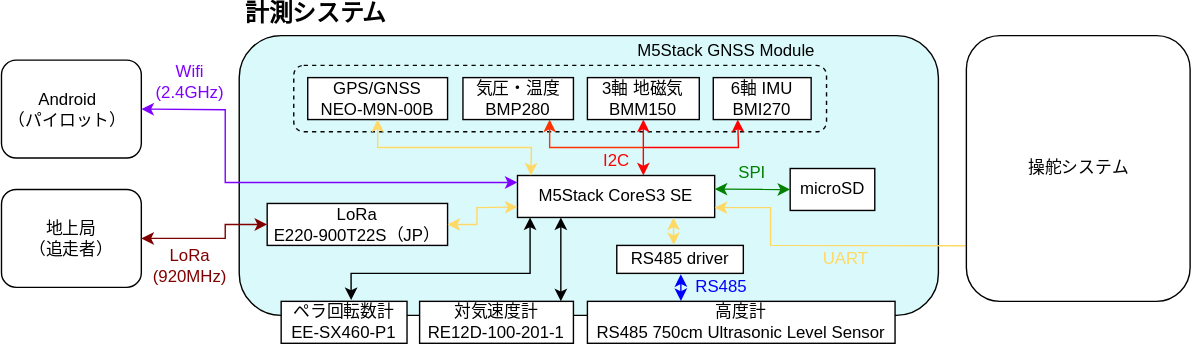
Above: HPA.drawio.svg in 21km43/HPA (draw.io), before the change. Source tidied: cells renumbered, new cells last; positions are measured from the earlier drawing's top-left corner, leaving out a move shared by most shapes.
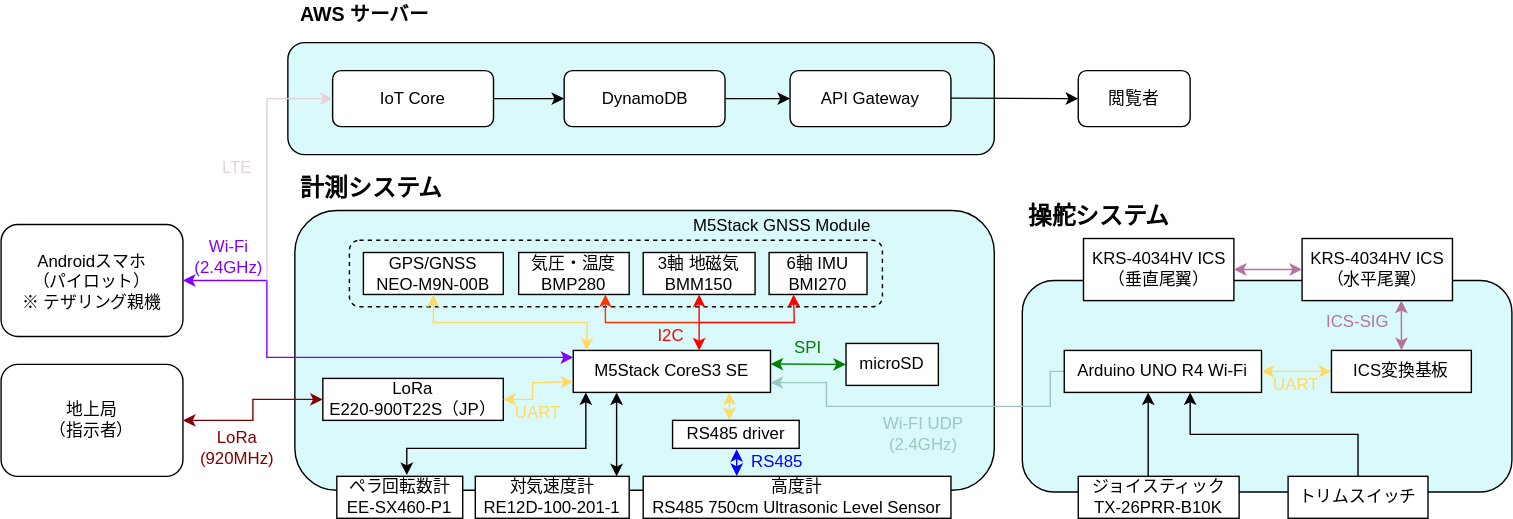
Later version of the same file.

Commit message:
HPA.drawio.svg を追加しました。

What changed in the source:
```diff
@@ -2,6 +2,12 @@
   <root>
     <mxCell id="0" />
     <mxCell id="1" parent="0" />
+    <mxCell id="42" style="rounded=1;whiteSpace=wrap;html=1;fillColor=#daf9fb;" parent="1" vertex="1">
+      <mxGeometry x="690" y="75" width="350" height="151.2" as="geometry" />
+    </mxCell>
+    <mxCell id="43" style="rounded=1;whiteSpace=wrap;html=1;fillColor=#daf9fb;" parent="1" vertex="1">
+      <mxGeometry x="165" y="-95" width="505" height="80" as="geometry" />
+    </mxCell>
     <mxCell id="2" style="rounded=1;whiteSpace=wrap;html=1;fillColor=#daf9fb;" parent="1" vertex="1">
       <mxGeometry x="170" y="25" width="500" height="200" as="geometry" />
     </mxCell>
@@ -27,7 +33,7 @@
       <mxGeometry x="190" y="145" width="129" height="30" as="geometry" />
     </mxCell>
     <mxCell id="10" value="microSD" style="rounded=0;whiteSpace=wrap;html=1;" parent="1" vertex="1">
-      <mxGeometry x="564" y="120" width="60.5" height="30" as="geometry" />
+      <mxGeometry x="564" y="120" width="66" height="30" as="geometry" />
     </mxCell>
     <mxCell id="11" value="対気速度計&lt;div&gt;RE12D-100-201-1&lt;/div&gt;" style="rounded=0;whiteSpace=wrap;html=1;" parent="1" vertex="1">
       <mxGeometry x="299" y="215" width="110" height="30" as="geometry" />
@@ -76,7 +82,7 @@
       </mxGeometry>
     </mxCell>
     <mxCell id="19" value="&lt;font&gt;UART&lt;/font&gt;" style="text;html=1;align=center;verticalAlign=middle;whiteSpace=wrap;rounded=0;fontColor=#FFD966;" parent="1" vertex="1">
-      <mxGeometry x="579" y="175" width="50" height="20" as="geometry" />
+      <mxGeometry x="319" y="160" width="50" height="20" as="geometry" />
     </mxCell>
     <mxCell id="20" value="SPI" style="text;html=1;align=center;verticalAlign=middle;whiteSpace=wrap;rounded=0;fontColor=#008000;" parent="1" vertex="1">
       <mxGeometry x="517" y="112.5" width="40" height="20" as="geometry" />
@@ -106,22 +112,22 @@
       </mxGeometry>
     </mxCell>
     <mxCell id="24" style="rounded=1;whiteSpace=wrap;html=1;" parent="1" vertex="1">
-      <mxGeometry y="42.5" width="100" height="70" as="geometry" />
+      <mxGeometry x="-40" y="35" width="130" height="80" as="geometry" />
     </mxCell>
     <mxCell id="25" style="rounded=1;whiteSpace=wrap;html=1;" parent="1" vertex="1">
-      <mxGeometry y="135" width="100" height="70" as="geometry" />
+      <mxGeometry x="-40" y="135" width="130" height="80" as="geometry" />
     </mxCell>
-    <mxCell id="26" value="&lt;div&gt;Android&lt;/div&gt;（パイロット）" style="text;html=1;align=center;verticalAlign=middle;whiteSpace=wrap;rounded=0;" parent="1" vertex="1">
-      <mxGeometry y="60" width="95" height="35" as="geometry" />
+    <mxCell id="26" value="&lt;div&gt;Androidスマホ&lt;/div&gt;&lt;div&gt;（パイロット）&lt;/div&gt;&lt;div&gt;※ テザリング親機&lt;/div&gt;" style="text;html=1;align=center;verticalAlign=middle;whiteSpace=wrap;rounded=0;" parent="1" vertex="1">
+      <mxGeometry x="-28.8" y="55" width="107.5" height="42.5" as="geometry" />
     </mxCell>
-    <mxCell id="27" value="&lt;div&gt;地上局&lt;/div&gt;&lt;div&gt;（追走者）&lt;/div&gt;" style="text;html=1;align=center;verticalAlign=middle;whiteSpace=wrap;rounded=0;" parent="1" vertex="1">
-      <mxGeometry x="15" y="155" width="70" height="30" as="geometry" />
+    <mxCell id="27" value="&lt;div&gt;地上局&lt;/div&gt;&lt;div&gt;（指示者）&lt;/div&gt;" style="text;html=1;align=center;verticalAlign=middle;whiteSpace=wrap;rounded=0;" parent="1" vertex="1">
+      <mxGeometry x="-10" y="160" width="70" height="30" as="geometry" />
     </mxCell>
     <mxCell id="28" style="endArrow=classic;startArrow=classic;html=1;rounded=0;fontColor=#99FF33;strokeColor=#800000;exitX=1;exitY=0.5;exitDx=0;exitDy=0;entryX=0;entryY=0.5;entryDx=0;entryDy=0;" parent="1" edge="1" source="25" target="9">
       <mxGeometry relative="1" as="geometry">
         <Array as="points">
-          <mxPoint x="160" y="170" />
-          <mxPoint x="160" y="160" />
+          <mxPoint x="140" y="175" />
+          <mxPoint x="140" y="160" />
         </Array>
       </mxGeometry>
     </mxCell>
@@ -129,16 +135,16 @@
       <mxGeometry relative="1" as="geometry">
         <mxPoint x="369" y="130" as="targetPoint" />
         <Array as="points">
-          <mxPoint x="160" y="78" />
-          <mxPoint x="160" y="130" />
+          <mxPoint x="150" y="75" />
+          <mxPoint x="150" y="130" />
         </Array>
       </mxGeometry>
     </mxCell>
     <mxCell id="30" value="&lt;font style=&quot;&quot;&gt;LoRa&lt;/font&gt;&lt;div&gt;&lt;font style=&quot;&quot;&gt;(920MHz)&lt;/font&gt;&lt;/div&gt;" style="text;html=1;align=center;verticalAlign=middle;whiteSpace=wrap;rounded=0;fontColor=#800000;labelBackgroundColor=none;" parent="1" vertex="1">
-      <mxGeometry x="105" y="175" width="60" height="30" as="geometry" />
+      <mxGeometry x="98.8" y="180" width="60" height="30" as="geometry" />
     </mxCell>
-    <mxCell id="31" value="&lt;font style=&quot;&quot;&gt;Wifi&lt;/font&gt;&lt;div&gt;&lt;font style=&quot;&quot;&gt;(2.4GHz)&lt;/font&gt;&lt;/div&gt;" style="text;html=1;align=center;verticalAlign=middle;whiteSpace=wrap;rounded=0;fontColor=#8000FF;" parent="1" vertex="1">
-      <mxGeometry x="100" y="42.5" width="70" height="30" as="geometry" />
+    <mxCell id="31" value="&lt;font style=&quot;&quot;&gt;Wi-Fi&lt;/font&gt;&lt;div&gt;&lt;font style=&quot;&quot;&gt;(2.4GHz)&lt;/font&gt;&lt;/div&gt;" style="text;html=1;align=center;verticalAlign=middle;whiteSpace=wrap;rounded=0;fontColor=#8000FF;" parent="1" vertex="1">
+      <mxGeometry x="87.5" y="42.5" width="70" height="30" as="geometry" />
     </mxCell>
     <mxCell id="32" style="endArrow=classic;startArrow=classic;html=1;rounded=0;strokeColor=#008000;entryX=0;entryY=0.5;entryDx=0;entryDy=0;fontColor=#000000;exitX=1;exitY=0.5;exitDx=0;exitDy=0;" parent="1" edge="1" target="10">
       <mxGeometry relative="1" as="geometry">
@@ -159,26 +165,120 @@
     <mxCell id="36" value="RS485" style="text;html=1;align=center;verticalAlign=middle;whiteSpace=wrap;rounded=0;fontColor=#0000FF;" parent="1" vertex="1">
       <mxGeometry x="490" y="195" width="50" height="20" as="geometry" />
     </mxCell>
-    <mxCell id="37" style="endArrow=none;startArrow=classic;html=1;rounded=0;strokeColor=#FFD966;exitX=1;exitY=0.75;exitDx=0;exitDy=0;entryX=-0.004;entryY=0.791;entryDx=0;entryDy=0;entryPerimeter=0;startFill=1;endFill=0;" parent="1" edge="1" target="38">
+    <mxCell id="37" style="endArrow=none;startArrow=classic;html=1;rounded=0;strokeColor=#9AC7BF;exitX=1;exitY=0.75;exitDx=0;exitDy=0;entryX=0;entryY=0.5;entryDx=0;entryDy=0;startFill=1;endFill=0;" parent="1" edge="1" target="44">
       <mxGeometry relative="1" as="geometry">
         <mxPoint x="510" y="148" as="sourcePoint" />
         <Array as="points">
           <mxPoint x="550" y="148" />
-          <mxPoint x="550" y="175" />
+          <mxPoint x="550" y="165" />
+          <mxPoint x="710" y="165" />
+          <mxPoint x="710" y="140" />
+          <mxPoint x="720" y="140" />
         </Array>
       </mxGeometry>
     </mxCell>
-    <mxCell id="38" style="rounded=1;whiteSpace=wrap;html=1;" parent="1" vertex="1">
-      <mxGeometry x="690" y="25" width="160" height="190" as="geometry" />
-    </mxCell>
-    <mxCell id="39" value="&lt;div&gt;操舵システム&lt;/div&gt;" style="text;html=1;align=center;verticalAlign=middle;whiteSpace=wrap;rounded=0;" parent="1" vertex="1">
-      <mxGeometry x="722.5" y="105" width="95" height="30" as="geometry" />
-    </mxCell>
     <mxCell id="40" value="&lt;b&gt;&lt;font style=&quot;font-size: 17px;&quot;&gt;計測システム&lt;/font&gt;&lt;/b&gt;" style="text;html=1;align=center;verticalAlign=middle;whiteSpace=wrap;rounded=0;" parent="1" vertex="1">
       <mxGeometry x="170" width="110" height="20" as="geometry" />
     </mxCell>
     <mxCell id="41" value="M5Stack GNSS Module" style="text;html=1;align=center;verticalAlign=middle;whiteSpace=wrap;rounded=0;" parent="1" vertex="1">
       <mxGeometry x="450" y="26.2" width="137" height="20" as="geometry" />
     </mxCell>
+    <mxCell id="39" value="&lt;b&gt;&lt;font style=&quot;font-size: 17px;&quot;&gt;操舵システム&lt;/font&gt;&lt;/b&gt;" style="text;html=1;align=center;verticalAlign=middle;whiteSpace=wrap;rounded=0;" parent="1" vertex="1">
+      <mxGeometry x="690" y="20" width="110" height="20" as="geometry" />
+    </mxCell>
+    <mxCell id="44" value="Arduino UNO R4 Wi-Fi" style="rounded=0;whiteSpace=wrap;html=1;" parent="1" vertex="1">
+      <mxGeometry x="720" y="125" width="141" height="30" as="geometry" />
+    </mxCell>
+    <mxCell id="45" value="&lt;div&gt;Wi-FI UDP&lt;/div&gt;&lt;div&gt;(2.4GHz)&lt;/div&gt;" style="text;html=1;align=center;verticalAlign=middle;whiteSpace=wrap;rounded=0;fontColor=#9AC7BF;" parent="1" vertex="1">
+      <mxGeometry x="579" y="170" width="81" height="30" as="geometry" />
+    </mxCell>
+    <mxCell id="46" value="IoT Core" style="rounded=1;whiteSpace=wrap;html=1;" parent="1" vertex="1">
+      <mxGeometry x="197" y="-75" width="115" height="40" as="geometry" />
+    </mxCell>
+    <mxCell id="47" value="DynamoDB" style="rounded=1;whiteSpace=wrap;html=1;" parent="1" vertex="1">
+      <mxGeometry x="362.5" y="-75" width="115" height="40" as="geometry" />
+    </mxCell>
+    <mxCell id="48" style="endArrow=classic;html=1;rounded=0;fontColor=#E6D0DE;strokeColor=#E6D0DE;entryX=0;entryY=0.5;entryDx=0;entryDy=0;" parent="1" edge="1" target="46">
+      <mxGeometry relative="1" as="geometry">
+        <mxPoint x="150" y="75" as="sourcePoint" />
+        <Array as="points">
+          <mxPoint x="150" y="-55" />
+        </Array>
+      </mxGeometry>
+    </mxCell>
+    <mxCell id="49" value="&lt;b&gt;AWS サーバー&lt;/b&gt;" style="text;html=1;align=center;verticalAlign=middle;whiteSpace=wrap;rounded=0;fontSize=14;" parent="1" vertex="1">
+      <mxGeometry x="165" y="-125" width="110" height="20" as="geometry" />
+    </mxCell>
+    <mxCell id="50" value="API Gateway" style="rounded=1;whiteSpace=wrap;html=1;" parent="1" vertex="1">
+      <mxGeometry x="524" y="-75" width="115" height="40" as="geometry" />
+    </mxCell>
+    <mxCell id="51" value="LTE" style="text;html=1;align=center;verticalAlign=middle;whiteSpace=wrap;rounded=0;fontColor=#E6D0DE;" parent="1" vertex="1">
+      <mxGeometry x="110" y="-15" width="37.5" height="20" as="geometry" />
+    </mxCell>
+    <mxCell id="52" style="endArrow=classic;html=1;rounded=0;exitX=1;exitY=0.5;exitDx=0;exitDy=0;entryX=0;entryY=0.5;entryDx=0;entryDy=0;" parent="1" edge="1" source="46" target="47">
+      <mxGeometry relative="1" as="geometry" />
+    </mxCell>
+    <mxCell id="53" style="endArrow=classic;html=1;rounded=0;exitX=1;exitY=0.5;exitDx=0;exitDy=0;entryX=0;entryY=0.5;entryDx=0;entryDy=0;" parent="1" edge="1" source="47" target="50">
+      <mxGeometry relative="1" as="geometry" />
+    </mxCell>
+    <mxCell id="54" style="endArrow=classic;html=1;rounded=0;exitX=1;exitY=0.5;exitDx=0;exitDy=0;entryX=0;entryY=0.5;entryDx=0;entryDy=0;" parent="1" edge="1" target="55">
+      <mxGeometry relative="1" as="geometry">
+        <mxPoint x="639" y="-55.3" as="sourcePoint" />
+      </mxGeometry>
+    </mxCell>
+    <mxCell id="55" value="閲覧者" style="rounded=1;whiteSpace=wrap;html=1;" parent="1" vertex="1">
+      <mxGeometry x="730" y="-75" width="80" height="40" as="geometry" />
+    </mxCell>
+    <mxCell id="56" value="トリムスイッチ" style="rounded=0;whiteSpace=wrap;html=1;" parent="1" vertex="1">
+      <mxGeometry x="880" y="215" width="100" height="30" as="geometry" />
+    </mxCell>
+    <mxCell id="57" value="&lt;div&gt;ジョイスティック&lt;/div&gt;&lt;div&gt;TX-26PRR-B10K&lt;/div&gt;" style="rounded=0;whiteSpace=wrap;html=1;" parent="1" vertex="1">
+      <mxGeometry x="730" y="215" width="115" height="30" as="geometry" />
+    </mxCell>
+    <mxCell id="58" style="endArrow=classic;startArrow=none;html=1;rounded=0;startFill=0;" parent="1" edge="1">
+      <mxGeometry relative="1" as="geometry">
+        <mxPoint x="780" y="215" as="sourcePoint" />
+        <mxPoint x="780" y="155" as="targetPoint" />
+      </mxGeometry>
+    </mxCell>
+    <mxCell id="59" style="endArrow=classic;startArrow=none;html=1;rounded=0;startFill=0;exitX=0.5;exitY=0;exitDx=0;exitDy=0;" parent="1" edge="1" source="56">
+      <mxGeometry relative="1" as="geometry">
+        <mxPoint x="810" y="155" as="targetPoint" />
+        <Array as="points">
+          <mxPoint x="930" y="185" />
+          <mxPoint x="810" y="185" />
+        </Array>
+      </mxGeometry>
+    </mxCell>
+    <mxCell id="60" style="endArrow=classic;startArrow=classic;html=1;rounded=0;strokeColor=#FFD966;exitX=0;exitY=0.5;exitDx=0;exitDy=0;entryX=1;entryY=0.5;entryDx=0;entryDy=0;" parent="1" edge="1" source="61" target="44">
+      <mxGeometry relative="1" as="geometry" />
+    </mxCell>
+    <mxCell id="61" value="ICS変換基板" style="rounded=0;whiteSpace=wrap;html=1;" parent="1" vertex="1">
+      <mxGeometry x="911" y="125" width="100" height="30" as="geometry" />
+    </mxCell>
+    <mxCell id="62" value="&lt;font&gt;UART&lt;/font&gt;" style="text;html=1;align=center;verticalAlign=middle;whiteSpace=wrap;rounded=0;fontColor=#FFD966;" parent="1" vertex="1">
+      <mxGeometry x="861" y="140" width="50" height="20" as="geometry" />
+    </mxCell>
+    <mxCell id="63" value="&lt;div&gt;KRS-4034HV ICS&lt;/div&gt;&lt;div&gt;（垂直尾翼）&lt;/div&gt;" style="rounded=0;whiteSpace=wrap;html=1;" parent="1" vertex="1">
+      <mxGeometry x="733.8" y="45" width="107.5" height="44.4" as="geometry" />
+    </mxCell>
+    <mxCell id="64" value="&lt;div&gt;KRS-4034HV ICS&lt;/div&gt;&lt;div&gt;（水平尾翼）&lt;/div&gt;" style="rounded=0;whiteSpace=wrap;html=1;" parent="1" vertex="1">
+      <mxGeometry x="890" y="45" width="107.5" height="44.4" as="geometry" />
+    </mxCell>
+    <mxCell id="65" style="endArrow=classic;startArrow=classic;html=1;rounded=0;strokeColor=#B5739D;exitX=0.557;exitY=1.004;exitDx=0;exitDy=0;entryX=0.324;entryY=-0.063;entryDx=0;entryDy=0;entryPerimeter=0;exitPerimeter=0;" parent="1" edge="1">
+      <mxGeometry relative="1" as="geometry">
+        <mxPoint x="960.9" y="89.4" as="sourcePoint" />
+        <mxPoint x="961.1" y="124.9" as="targetPoint" />
+      </mxGeometry>
+    </mxCell>
+    <mxCell id="66" value="ICS-SIG" style="text;html=1;align=center;verticalAlign=middle;whiteSpace=wrap;rounded=0;fontColor=#B5739D;" parent="1" vertex="1">
+      <mxGeometry x="900" y="95" width="60" height="20" as="geometry" />
+    </mxCell>
+    <mxCell id="67" style="endArrow=classic;startArrow=classic;html=1;rounded=0;strokeColor=#B5739D;exitX=1;exitY=0.5;exitDx=0;exitDy=0;entryX=0;entryY=0.5;entryDx=0;entryDy=0;" parent="1" edge="1">
+      <mxGeometry relative="1" as="geometry">
+        <mxPoint x="841.2" y="67.1" as="sourcePoint" />
+        <mxPoint x="890" y="67.1" as="targetPoint" />
+      </mxGeometry>
+    </mxCell>
   </root>
 </mxGraphModel>
```
